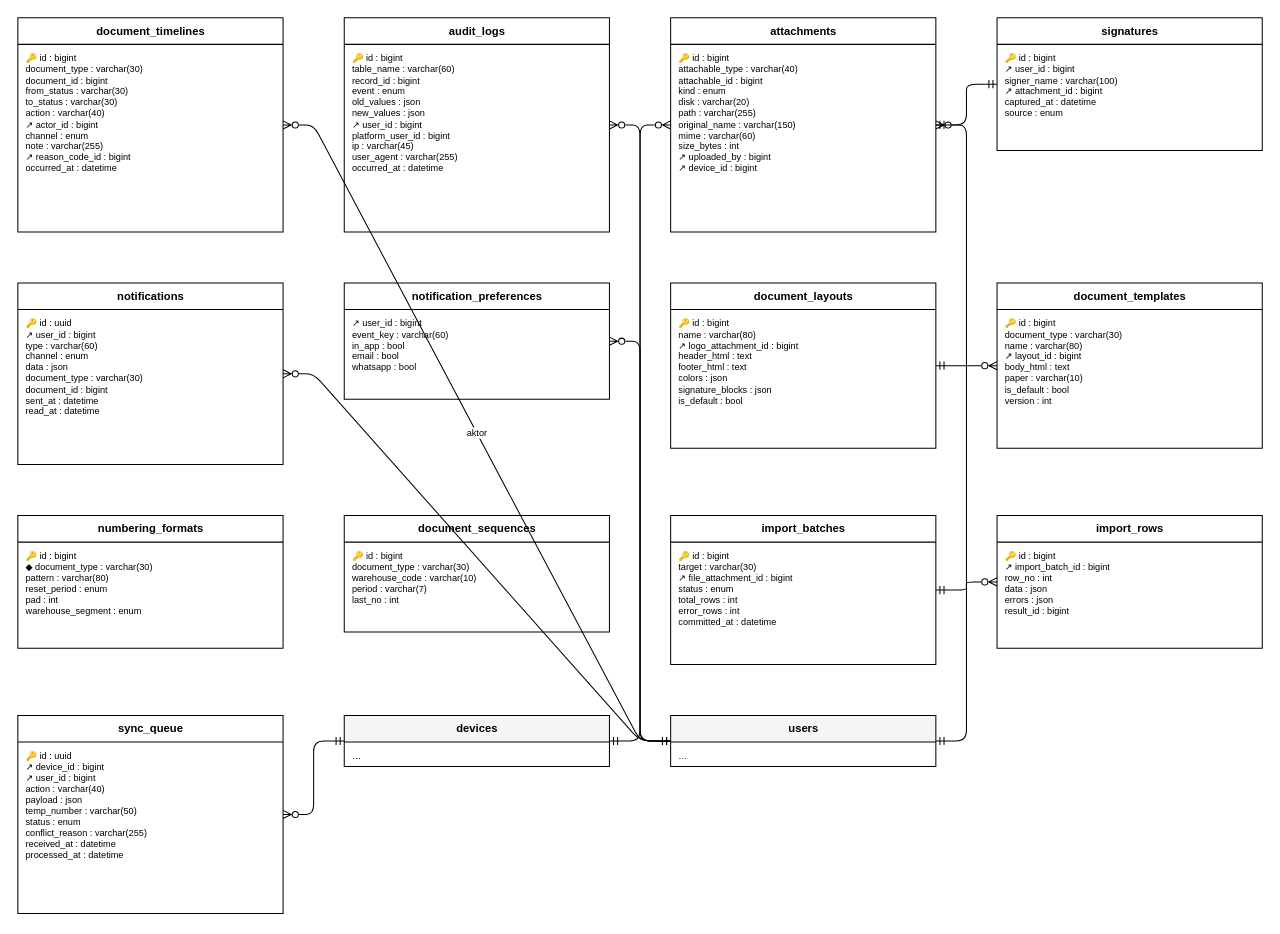
Before: docs/diagram/erd-umum.drawio in HengkyDarmawan/wms, a draw.io diagram. Source tidied: cells renumbered, new cells numbered last; positions are measured from the earlier drawing's top-left corner, leaving out a move shared by most shapes. Both pictures are drawn from the tidied source at 102%, with x=0, y=0 at pixel (17, 17).
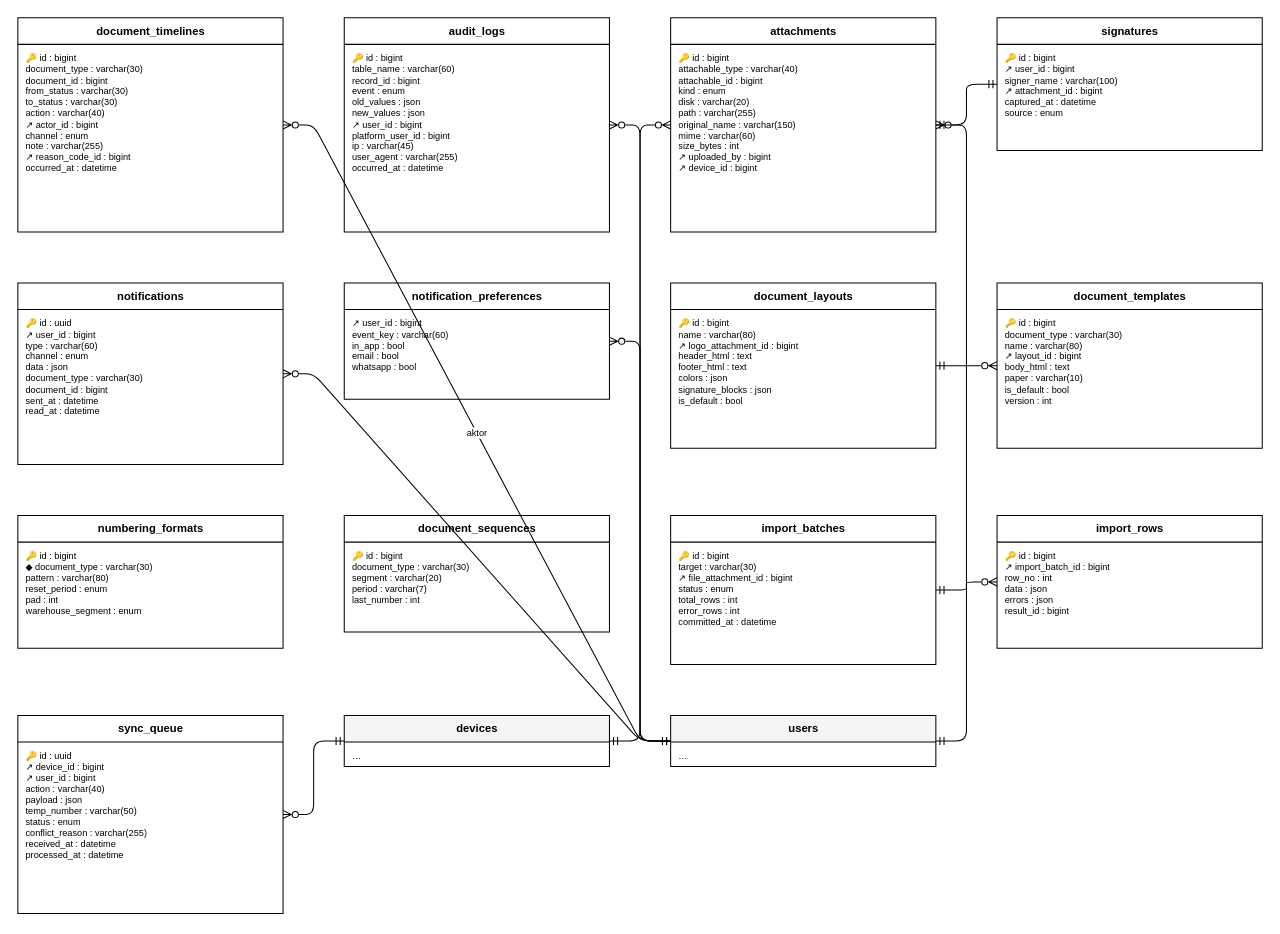
Above is the later version.

Unchanged cells that the change refers to:
```xml
<mxCell id="20" value="document_sequences" style="swimlane;fontStyle=1;horizontal=1;startSize=26;html=1;fontSize=11;fillColor=#FFFFFF;" parent="1" vertex="1">
  <mxGeometry x="320" y="488" width="260" height="114" as="geometry" />
</mxCell>
```

Diff of the diagram source:
```diff
@@
-    <mxCell id="21" value="🔑 id : bigint&lt;br&gt;document_type : varchar(30)&lt;br&gt;warehouse_code : varchar(10)&lt;br&gt;period : varchar(7)&lt;br&gt;last_no : int" style="text;html=1;strokeColor=none;fillColor=none;align=left;verticalAlign=top;spacingLeft=6;spacingTop=2;fontSize=9;whiteSpace=wrap;overflow=hidden;" parent="20" vertex="1">
+    <mxCell id="21" value="🔑 id : bigint&lt;br&gt;document_type : varchar(30)&lt;br&gt;segment : varchar(20)&lt;br&gt;period : varchar(7)&lt;br&gt;last_number : int" style="text;html=1;strokeColor=none;fillColor=none;align=left;verticalAlign=top;spacingLeft=6;spacingTop=2;fontSize=9;whiteSpace=wrap;overflow=hidden;" parent="20" vertex="1">
       <mxGeometry y="26" width="260" height="88" as="geometry" />
     </mxCell>
```
